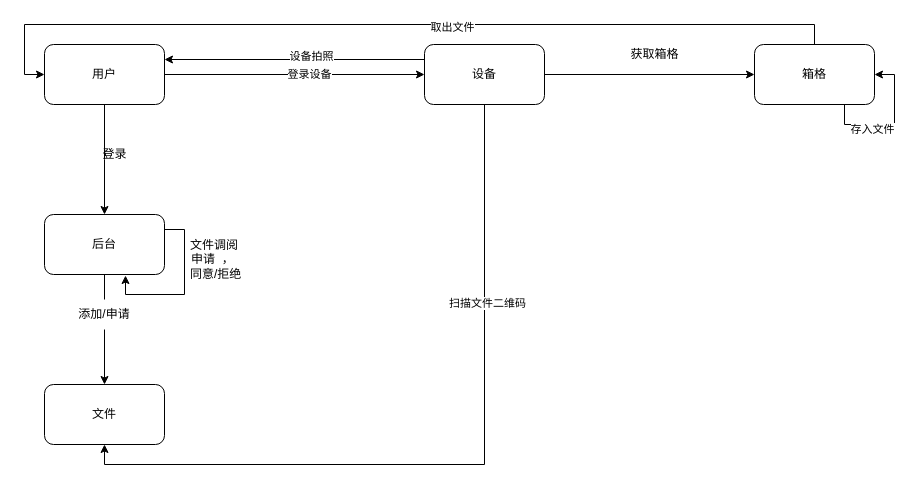
The draw.io diagram 未命名绘图.drawio in mandarenmanman/apidoc, before the edit. Source tidied: cells renumbered, new cells numbered last; positions are measured from the earlier drawing's top-left corner, leaving out a move shared by most shapes. Both pictures are drawn from the tidied source at 100%, with x=0, y=0 at pixel (44, 44).
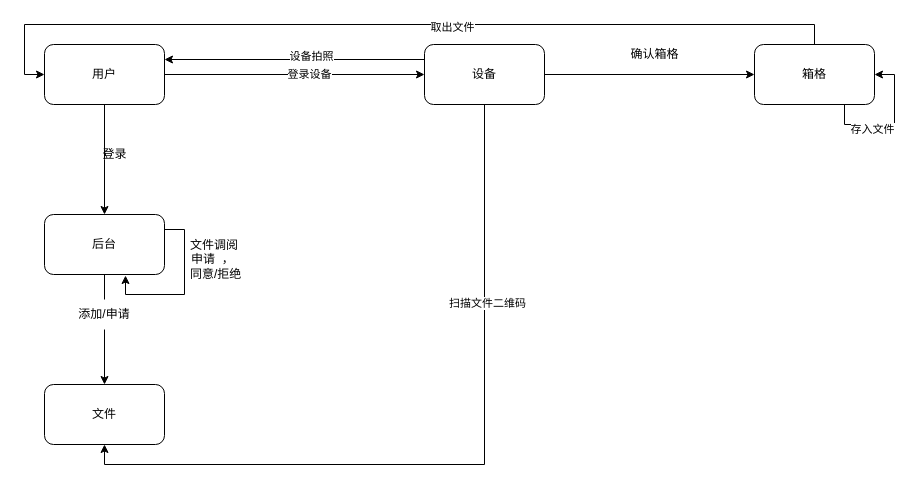
The same page after the edit.

What changed in the source:
```diff
@@
-    <mxCell id="23" value="获取箱格" style="text;html=1;align=center;verticalAlign=middle;strokeColor=none;fillColor=none;" parent="1" vertex="1">
+    <mxCell id="23" value="确认箱格" style="text;html=1;align=center;verticalAlign=middle;strokeColor=none;fillColor=none;" parent="1" vertex="1">
       <mxGeometry x="580" width="60" height="20" as="geometry" />
     </mxCell>
```
